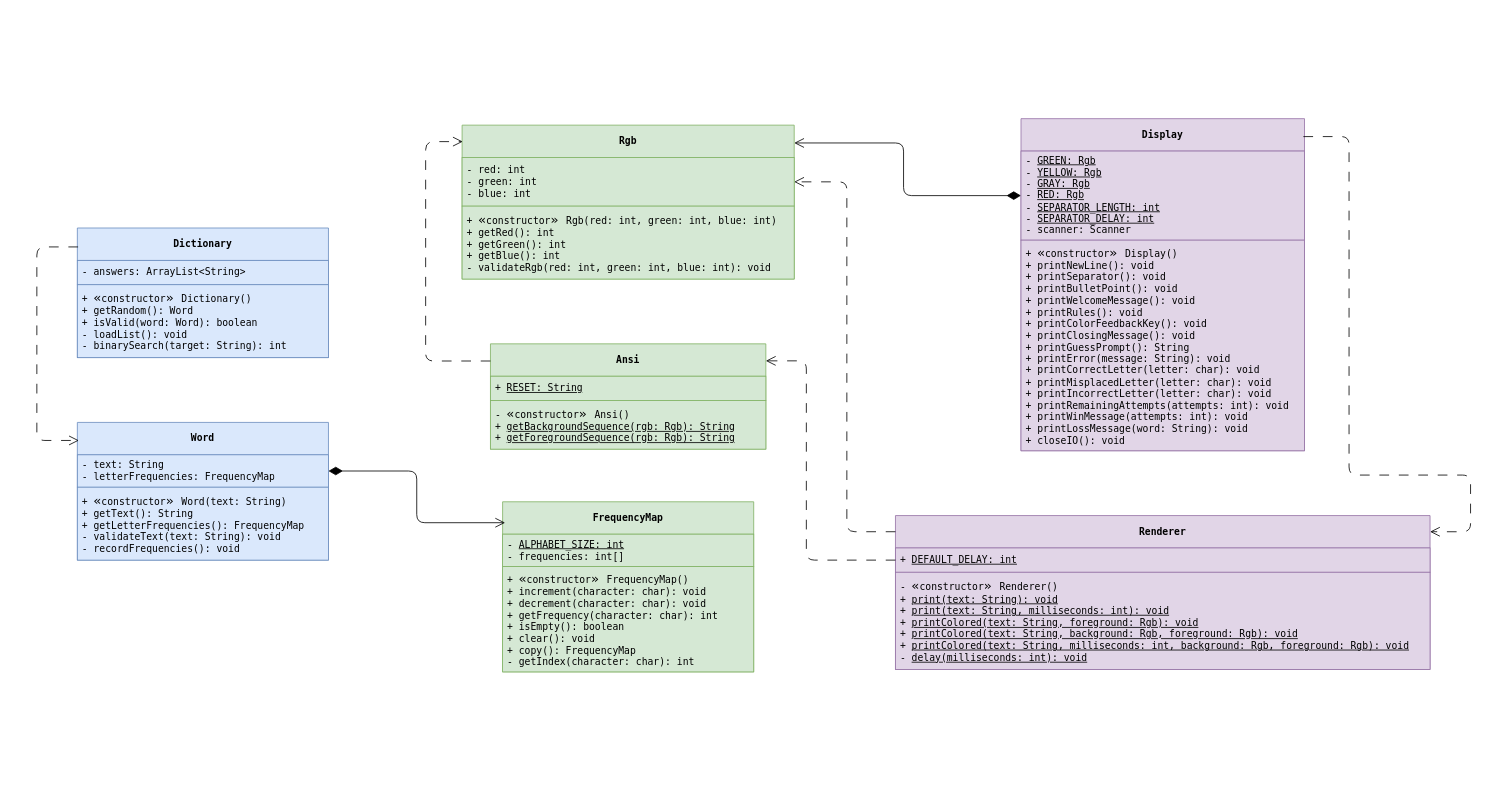
This is assets/class-diagram.drawio from actuallyhollow/basic-wordle-java, a draw.io file, before an edit. Source tidied: cells renumbered, new cells numbered last; positions are measured from the earlier drawing's top-left corner, leaving out a move shared by most shapes. Both pictures are drawn from the tidied source at 81%, with x=0, y=0 at pixel (36, 118).
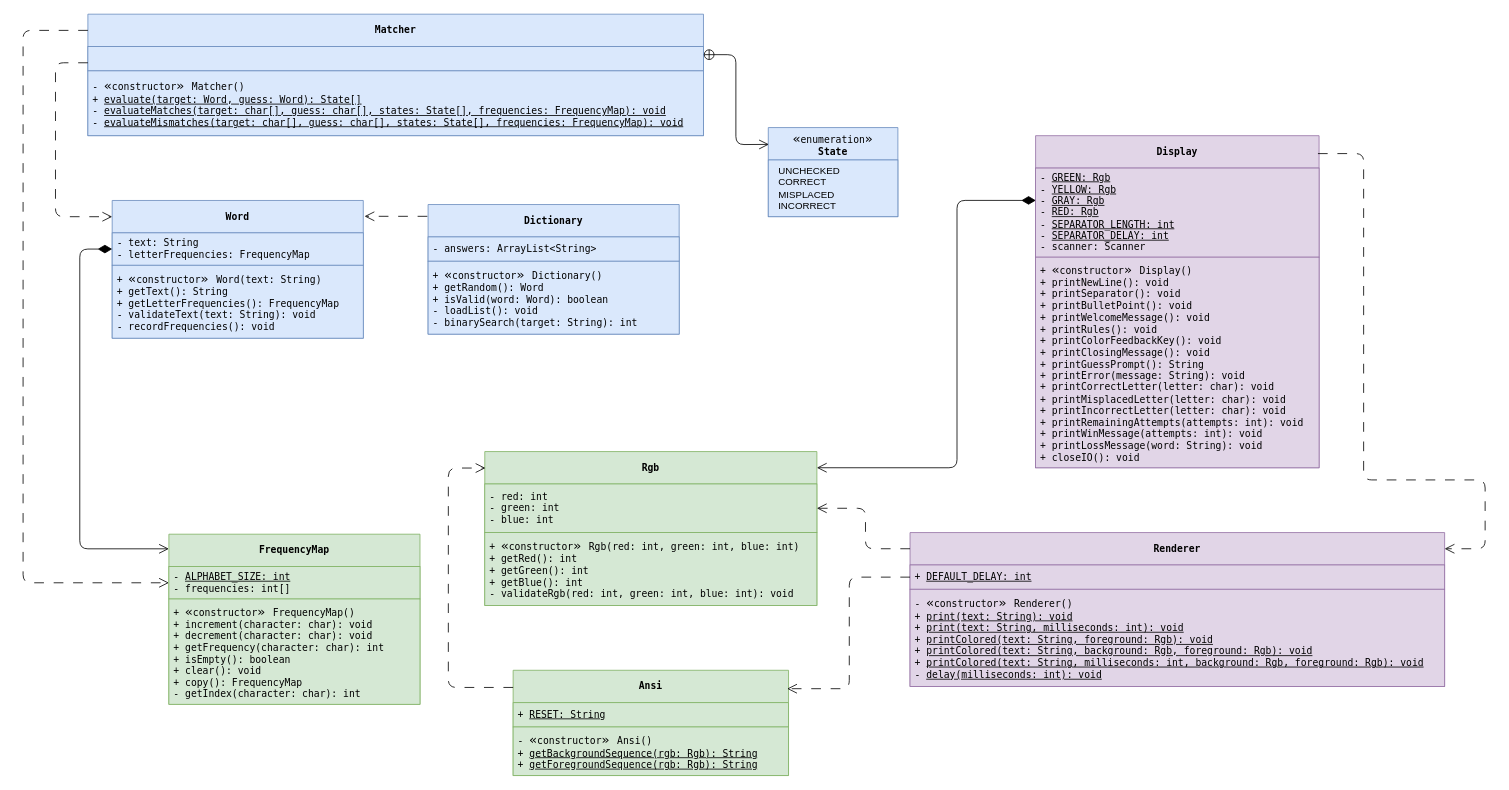
Above is the later version.

Commit message (it also covers changes not shown here):
docs(assets): update UML and tree for Matcher

* Update SVG file tree to include Matcher and its test suite.
* Expand UML class diagram to map stateless Matcher and its relations.
* Include Matcher's nested State enumeration following UML conventions.
* Export updated SVG visual assets to document recent additions.

Unchanged cells that the change refers to:
```xml
<mxCell id="3" value="&lt;div&gt;&lt;font face=&quot;Menlo, Monaco, 'Courier New', monospace&quot;&gt;- &lt;u&gt;ALPHABET_SIZE: int&lt;/u&gt;&lt;/font&gt;&lt;/div&gt;&lt;div&gt;&lt;font face=&quot;Menlo, Monaco, 'Courier New', monospace&quot;&gt;- frequencies: int[]&lt;/font&gt;&lt;/div&gt;" style="text;align=left;verticalAlign=middle;spacingLeft=4;spacingRight=4;overflow=hidden;points=[[0,0.5],[1,0.5]];portConstraint=eastwest;whiteSpace=wrap;html=1;fillColor=#d5e8d4;strokeColor=#82b366;" parent="2" vertex="1">
  <mxGeometry y="40" width="310" height="40" as="geometry" />
</mxCell>
<mxCell id="6" value="&lt;div&gt;&lt;font face=&quot;Menlo, Monaco, 'Courier New', monospace&quot;&gt;- text: String&lt;/font&gt;&lt;/div&gt;&lt;div&gt;&lt;font face=&quot;Menlo, Monaco, 'Courier New', monospace&quot;&gt;- letterFrequencies: FrequencyMap&lt;/font&gt;&lt;/div&gt;" style="text;align=left;verticalAlign=middle;spacingLeft=4;spacingRight=4;overflow=hidden;points=[[0,0.5],[1,0.5]];portConstraint=eastwest;whiteSpace=wrap;html=1;fillColor=#dae8fc;strokeColor=#6c8ebf;" parent="5" vertex="1">
  <mxGeometry y="40" width="310" height="40" as="geometry" />
</mxCell>
<mxCell id="13" value="&lt;div&gt;&lt;font face=&quot;Menlo, Monaco, 'Courier New', monospace&quot;&gt;- red: int&lt;/font&gt;&lt;/div&gt;&lt;div&gt;&lt;font face=&quot;Menlo, Monaco, 'Courier New', monospace&quot;&gt;- green: int&lt;/font&gt;&lt;/div&gt;&lt;div&gt;&lt;font face=&quot;Menlo, Monaco, 'Courier New', monospace&quot;&gt;- blue: int&lt;/font&gt;&lt;/div&gt;" style="text;align=left;verticalAlign=middle;spacingLeft=4;spacingRight=4;overflow=hidden;points=[[0,0.5],[1,0.5]];portConstraint=eastwest;whiteSpace=wrap;html=1;fillColor=#d5e8d4;strokeColor=#82b366;" parent="12" vertex="1">
  <mxGeometry y="40" width="410" height="60" as="geometry" />
</mxCell>
<mxCell id="19" value="&lt;div&gt;&lt;font face=&quot;Menlo, Monaco, 'Courier New', monospace&quot;&gt;+&amp;nbsp;&lt;u&gt;DEFAULT_DELAY: int&lt;/u&gt;&lt;/font&gt;&lt;/div&gt;" style="text;align=left;verticalAlign=middle;spacingLeft=4;spacingRight=4;overflow=hidden;points=[[0,0.5],[1,0.5]];portConstraint=eastwest;whiteSpace=wrap;html=1;fillColor=#e1d5e7;strokeColor=#9673a6;" parent="18" vertex="1">
  <mxGeometry y="40" width="660" height="30" as="geometry" />
</mxCell>
<mxCell id="22" value="&lt;div&gt;&lt;font face=&quot;Menlo, Monaco, 'Courier New', monospace&quot;&gt;-&amp;nbsp;&lt;u&gt;GREEN: Rgb&lt;/u&gt;&lt;/font&gt;&lt;/div&gt;&lt;div&gt;&lt;span style=&quot;font-family: Menlo, Monaco, &amp;quot;Courier New&amp;quot;, monospace;&quot;&gt;-&amp;nbsp;&lt;/span&gt;&lt;u style=&quot;scrollbar-color: rgb(75, 75, 75) rgb(27, 29, 30); font-family: Menlo, Monaco, &amp;quot;Courier New&amp;quot;, monospace;&quot;&gt;YELLOW: Rgb&lt;/u&gt;&lt;font face=&quot;Menlo, Monaco, 'Courier New', monospace&quot;&gt;&lt;u&gt;&lt;/u&gt;&lt;/font&gt;&lt;/div&gt;&lt;div&gt;&lt;span style=&quot;scrollbar-color: rgb(75, 75, 75) rgb(27, 29, 30); font-family: Menlo, Monaco, &amp;quot;Courier New&amp;quot;, monospace;&quot;&gt;-&amp;nbsp;&lt;u style=&quot;text-decoration-line: underline; scrollbar-color: rgb(75, 75, 75) rgb(27, 29, 30);&quot;&gt;GRAY: Rgb&lt;/u&gt;&lt;/span&gt;&lt;/div&gt;&lt;div&gt;&lt;span style=&quot;scrollbar-color: rgb(75, 75, 75) rgb(27, 29, 30); font-family: Menlo, Monaco, &amp;quot;Courier New&amp;quot;, monospace;&quot;&gt;&lt;span style=&quot;scrollbar-color: rgb(75, 75, 75) rgb(27, 29, 30);&quot;&gt;-&amp;nbsp;&lt;u style=&quot;text-decoration-line: underline; scrollbar-color: rgb(75, 75, 75) rgb(27, 29, 30);&quot;&gt;RED: Rgb&lt;/u&gt;&lt;/span&gt;&lt;/span&gt;&lt;/div&gt;&lt;div&gt;&lt;div style=&quot;scrollbar-color: rgb(75, 75, 75) rgb(27, 29, 30);&quot;&gt;&lt;span style=&quot;scrollbar-color: rgb(75, 75, 75) rgb(27, 29, 30); font-family: Menlo, Monaco, &amp;quot;Courier New&amp;quot;, monospace;&quot;&gt;&lt;span style=&quot;scrollbar-color: rgb(75, 75, 75) rgb(27, 29, 30);&quot;&gt;-&amp;nbsp;&lt;u style=&quot;scrollbar-color: rgb(75, 75, 75) rgb(27, 29, 30);&quot;&gt;SEPARATOR_LENGTH: int&lt;/u&gt;&lt;/span&gt;&lt;/span&gt;&lt;/div&gt;&lt;div style=&quot;scrollbar-color: rgb(75, 75, 75) rgb(27, 29, 30);&quot;&gt;&lt;div style=&quot;scrollbar-color: rgb(75, 75, 75) rgb(27, 29, 30);&quot;&gt;&lt;span style=&quot;scrollbar-color: rgb(75, 75, 75) rgb(27, 29, 30); font-family: Menlo, Monaco, &amp;quot;Courier New&amp;quot;, monospace;&quot;&gt;&lt;span style=&quot;scrollbar-color: rgb(75, 75, 75) rgb(27, 29, 30);&quot;&gt;-&amp;nbsp;&lt;u style=&quot;scrollbar-color: rgb(75, 75, 75) rgb(27, 29, 30);&quot;&gt;SEPARATOR_DELAY: int&lt;/u&gt;&lt;/span&gt;&lt;/span&gt;&lt;/div&gt;&lt;div style=&quot;scrollbar-color: rgb(75, 75, 75) rgb(27, 29, 30);&quot;&gt;&lt;span style=&quot;scrollbar-color: rgb(75, 75, 75) rgb(27, 29, 30); font-family: Menlo, Monaco, &amp;quot;Courier New&amp;quot;, monospace;&quot;&gt;&lt;span style=&quot;scrollbar-color: rgb(75, 75, 75) rgb(27, 29, 30);&quot;&gt;&lt;span style=&quot;scrollbar-color: rgb(75, 75, 75) rgb(27, 29, 30);&quot;&gt;- scanner: Scanner&lt;/span&gt;&lt;/span&gt;&lt;/span&gt;&lt;/div&gt;&lt;/div&gt;&lt;/div&gt;" style="text;align=left;verticalAlign=middle;spacingLeft=4;spacingRight=4;overflow=hidden;points=[[0,0.5],[1,0.5]];portConstraint=eastwest;whiteSpace=wrap;html=1;fillColor=#e1d5e7;strokeColor=#9673a6;fontColor=light-dark(#000000,#FFFFFF);" parent="21" vertex="1">
  <mxGeometry y="40" width="350" height="110" as="geometry" />
</mxCell>
```

The edit, as a diff of the source:
```diff
@@
     <mxCell id="2" value="&lt;div&gt;&lt;span style=&quot;background-color: transparent;&quot;&gt;&lt;font style=&quot;&quot; face=&quot;Menlo, Monaco, 'Courier New', monospace&quot;&gt;FrequencyMap&lt;/font&gt;&lt;/span&gt;&lt;/div&gt;" style="swimlane;fontStyle=1;align=center;verticalAlign=middle;horizontal=1;startSize=40;whiteSpace=wrap;html=1;fillColor=#d5e8d4;strokeColor=#82b366;fontColor=light-dark(#000000,#FFFFFF);" parent="1" vertex="1">
-      <mxGeometry x="575" y="473" width="310" height="210" as="geometry" />
+      <mxGeometry x="163" y="513" width="310" height="210" as="geometry" />
     </mxCell>
@@
     <mxCell id="5" value="&lt;div&gt;&lt;span style=&quot;background-color: transparent;&quot;&gt;&lt;font style=&quot;&quot; face=&quot;Menlo, Monaco, 'Courier New', monospace&quot;&gt;Word&lt;/font&gt;&lt;/span&gt;&lt;/div&gt;" style="swimlane;fontStyle=1;align=center;verticalAlign=middle;horizontal=1;startSize=40;whiteSpace=wrap;html=1;fillColor=#dae8fc;strokeColor=#6c8ebf;" parent="1" vertex="1">
-      <mxGeometry x="50" y="375" width="310" height="170" as="geometry" />
+      <mxGeometry x="93" y="101" width="310" height="170" as="geometry" />
     </mxCell>
@@
-    <mxCell id="8" style="endArrow=open;html=1;endSize=10;startArrow=diamondThin;startSize=15;startFill=1;edgeStyle=elbowEdgeStyle;align=left;verticalAlign=bottom;exitX=1;exitY=0.5;exitDx=0;exitDy=0;entryX=0.01;entryY=0.123;entryDx=0;entryDy=0;entryPerimeter=0;" parent="1" edge="1" source="6" target="2">
-      <mxGeometry x="-1" y="3" relative="1" as="geometry" />
+    <mxCell id="8" style="endArrow=open;html=1;endSize=10;startArrow=diamondThin;startSize=15;startFill=1;align=left;verticalAlign=bottom;exitX=0;exitY=0.5;exitDx=0;exitDy=0;entryX=0;entryY=0.086;entryDx=0;entryDy=0;entryPerimeter=0;edgeStyle=elbowEdgeStyle;" parent="1" edge="1" source="6" target="2">
+      <mxGeometry x="-1" y="3" relative="1" as="geometry">
+        <Array as="points">
+          <mxPoint x="53" y="341" />
+        </Array>
+      </mxGeometry>
     </mxCell>
     <mxCell id="9" value="&lt;div&gt;&lt;span style=&quot;background-color: transparent;&quot;&gt;&lt;font style=&quot;&quot; face=&quot;Menlo, Monaco, 'Courier New', monospace&quot;&gt;Dictionary&lt;/font&gt;&lt;/span&gt;&lt;/div&gt;" style="swimlane;fontStyle=1;align=center;verticalAlign=middle;horizontal=1;startSize=40;whiteSpace=wrap;html=1;fillColor=#dae8fc;strokeColor=#6c8ebf;" parent="1" vertex="1">
-      <mxGeometry x="50" y="135" width="310" height="160" as="geometry" />
+      <mxGeometry x="483" y="106" width="310" height="160" as="geometry" />
     </mxCell>
@@
     <mxCell id="12" value="&lt;div&gt;&lt;span style=&quot;background-color: transparent;&quot;&gt;&lt;font face=&quot;Menlo, Monaco, 'Courier New', monospace&quot; style=&quot;&quot;&gt;Rgb&lt;/font&gt;&lt;/span&gt;&lt;/div&gt;" style="swimlane;fontStyle=1;align=center;verticalAlign=middle;horizontal=1;startSize=40;whiteSpace=wrap;html=1;fillColor=#d5e8d4;strokeColor=#82b366;fontColor=light-dark(#000000,#FFFFFF);" parent="1" vertex="1">
-      <mxGeometry x="525" y="8" width="410" height="190" as="geometry" />
+      <mxGeometry x="553" y="411" width="410" height="190" as="geometry" />
     </mxCell>
@@
     <mxCell id="15" value="&lt;div&gt;&lt;span style=&quot;background-color: transparent;&quot;&gt;&lt;font style=&quot;&quot; face=&quot;Menlo, Monaco, 'Courier New', monospace&quot;&gt;Ansi&lt;/font&gt;&lt;/span&gt;&lt;/div&gt;" style="swimlane;fontStyle=1;align=center;verticalAlign=middle;horizontal=1;startSize=40;whiteSpace=wrap;html=1;fillColor=#d5e8d4;strokeColor=#82b366;fontColor=light-dark(#000000,#FFFFFF);" parent="1" vertex="1">
-      <mxGeometry x="560" y="278" width="340" height="130" as="geometry" />
+      <mxGeometry x="588" y="681" width="340" height="130" as="geometry" />
     </mxCell>
@@
     <mxCell id="18" value="&lt;div&gt;&lt;span style=&quot;background-color: transparent;&quot;&gt;&lt;font style=&quot;&quot; face=&quot;Menlo, Monaco, 'Courier New', monospace&quot;&gt;Renderer&lt;/font&gt;&lt;/span&gt;&lt;/div&gt;" style="swimlane;fontStyle=1;align=center;verticalAlign=middle;horizontal=1;startSize=40;whiteSpace=wrap;html=1;fillColor=#e1d5e7;strokeColor=#9673a6;" parent="1" vertex="1">
-      <mxGeometry x="1060" y="490" width="660" height="190" as="geometry" />
+      <mxGeometry x="1078" y="511" width="660" height="190" as="geometry" />
     </mxCell>
@@
     <mxCell id="21" value="&lt;div&gt;&lt;span style=&quot;background-color: transparent;&quot;&gt;&lt;font face=&quot;Menlo, Monaco, 'Courier New', monospace&quot; style=&quot;&quot;&gt;Display&lt;/font&gt;&lt;/span&gt;&lt;/div&gt;" style="swimlane;fontStyle=1;align=center;verticalAlign=middle;horizontal=1;startSize=40;whiteSpace=wrap;html=1;fillColor=#e1d5e7;strokeColor=#9673a6;fontColor=light-dark(#000000,#FFFFFF);" parent="1" vertex="1">
-      <mxGeometry x="1215" width="350" height="410" as="geometry" />
+      <mxGeometry x="1233" y="21" width="350" height="410" as="geometry" />
     </mxCell>
@@
-    <mxCell id="24" style="endArrow=open;html=1;endSize=10;startArrow=diamondThin;startSize=15;startFill=1;edgeStyle=orthogonalEdgeStyle;align=left;verticalAlign=bottom;exitX=0;exitY=0.5;exitDx=0;exitDy=0;" parent="1" edge="1" source="22" target="12">
+    <mxCell id="24" style="endArrow=open;html=1;endSize=10;startArrow=diamondThin;startSize=15;startFill=1;edgeStyle=orthogonalEdgeStyle;align=left;verticalAlign=bottom;entryX=1;entryY=0.105;entryDx=0;entryDy=0;entryPerimeter=0;exitX=0.001;exitY=0.363;exitDx=0;exitDy=0;exitPerimeter=0;" parent="1" edge="1" source="22" target="12">
       <mxGeometry x="-1" y="3" relative="1" as="geometry">
         <Array as="points">
-          <mxPoint x="1070" y="95" />
-          <mxPoint x="1070" y="30" />
+          <mxPoint x="1136" y="101" />
+          <mxPoint x="1136" y="431" />
         </Array>
       </mxGeometry>
     </mxCell>
-    <mxCell id="25" style="endArrow=open;html=1;endSize=10;startArrow=none;startSize=15;startFill=0;align=left;verticalAlign=bottom;exitX=0.003;exitY=0.146;exitDx=0;exitDy=0;edgeStyle=elbowEdgeStyle;dashed=1;dashPattern=12 12;entryX=0.006;entryY=0.131;entryDx=0;entryDy=0;entryPerimeter=0;exitPerimeter=0;" parent="1" edge="1" source="9" target="5">
-      <mxGeometry x="-1" y="3" relative="1" as="geometry">
-        <Array as="points">
-          <mxPoint y="280" />
-        </Array>
-      </mxGeometry>
+    <mxCell id="25" style="endArrow=open;html=1;endSize=10;startArrow=none;startSize=15;startFill=0;align=left;verticalAlign=bottom;dashed=1;dashPattern=12 12;entryX=1.005;entryY=0.115;entryDx=0;entryDy=0;entryPerimeter=0;exitX=-0.003;exitY=0.091;exitDx=0;exitDy=0;exitPerimeter=0;" parent="1" edge="1" source="9" target="5">
+      <mxGeometry x="-1" y="3" relative="1" as="geometry" />
     </mxCell>
     <mxCell id="26" style="endArrow=open;html=1;endSize=10;startArrow=none;startSize=15;startFill=0;align=left;verticalAlign=bottom;edgeStyle=elbowEdgeStyle;dashed=1;dashPattern=12 12;exitX=0;exitY=0.163;exitDx=0;exitDy=0;exitPerimeter=0;entryX=0.002;entryY=0.107;entryDx=0;entryDy=0;entryPerimeter=0;" parent="1" edge="1" source="15" target="12">
       <mxGeometry x="-1" y="3" relative="1" as="geometry">
         <Array as="points">
-          <mxPoint x="480" y="220" />
+          <mxPoint x="508" y="623" />
         </Array>
       </mxGeometry>
     </mxCell>
-    <mxCell id="27" style="endArrow=open;html=1;endSize=10;startArrow=none;startSize=15;startFill=0;align=left;verticalAlign=bottom;edgeStyle=elbowEdgeStyle;dashed=1;dashPattern=12 12;entryX=1;entryY=0.5;entryDx=0;entryDy=0;exitX=0;exitY=0.105;exitDx=0;exitDy=0;exitPerimeter=0;" parent="1" edge="1" source="18" target="13">
+    <mxCell id="27" style="endArrow=open;html=1;endSize=10;startArrow=none;startSize=15;startFill=0;align=left;verticalAlign=bottom;edgeStyle=elbowEdgeStyle;dashed=1;dashPattern=12 12;exitX=0;exitY=0.105;exitDx=0;exitDy=0;exitPerimeter=0;entryX=1;entryY=0.5;entryDx=0;entryDy=0;" parent="1" edge="1" source="18" target="13">
       <mxGeometry x="-1" y="3" relative="1" as="geometry">
         <Array as="points">
-          <mxPoint x="1000" y="290" />
+          <mxPoint x="1023" y="551" />
         </Array>
       </mxGeometry>
     </mxCell>
-    <mxCell id="28" style="endArrow=open;html=1;endSize=10;startArrow=none;startSize=15;startFill=0;align=left;verticalAlign=bottom;exitX=0;exitY=0.5;exitDx=0;exitDy=0;edgeStyle=elbowEdgeStyle;dashed=1;dashPattern=12 12;" parent="1" edge="1" source="19">
+    <mxCell id="28" style="endArrow=open;html=1;endSize=10;startArrow=none;startSize=15;startFill=0;align=left;verticalAlign=bottom;exitX=0;exitY=0.5;exitDx=0;exitDy=0;edgeStyle=elbowEdgeStyle;dashed=1;dashPattern=12 12;entryX=0.995;entryY=0.175;entryDx=0;entryDy=0;entryPerimeter=0;" parent="1" edge="1" source="19" target="15">
       <mxGeometry x="-1" y="3" relative="1" as="geometry">
-        <mxPoint x="900" y="299" as="targetPoint" />
         <Array as="points">
-          <mxPoint x="950" y="420" />
+          <mxPoint x="1003" y="681" />
         </Array>
       </mxGeometry>
     </mxCell>
     <mxCell id="29" style="endArrow=open;html=1;endSize=10;startArrow=none;startSize=15;startFill=0;align=left;verticalAlign=bottom;edgeStyle=orthogonalEdgeStyle;dashed=1;dashPattern=12 12;exitX=0.996;exitY=0.054;exitDx=0;exitDy=0;exitPerimeter=0;entryX=1;entryY=0.105;entryDx=0;entryDy=0;entryPerimeter=0;" parent="1" edge="1" source="21" target="18">
       <mxGeometry x="-1" y="3" relative="1" as="geometry">
         <Array as="points">
-          <mxPoint x="1620" y="22" />
-          <mxPoint x="1620" y="440" />
-          <mxPoint x="1770" y="440" />
-          <mxPoint x="1770" y="510" />
+          <mxPoint x="1638" y="43" />
+          <mxPoint x="1638" y="446" />
+          <mxPoint x="1788" y="446" />
+          <mxPoint x="1788" y="531" />
         </Array>
       </mxGeometry>
     </mxCell>
+    <mxCell id="30" value="&lt;div&gt;&lt;span style=&quot;background-color: transparent;&quot;&gt;&lt;font face=&quot;Menlo, Monaco, 'Courier New', monospace&quot; style=&quot;&quot;&gt;Matcher&lt;/font&gt;&lt;/span&gt;&lt;/div&gt;" style="swimlane;fontStyle=1;align=center;verticalAlign=middle;horizontal=1;startSize=40;whiteSpace=wrap;html=1;fillColor=#dae8fc;strokeColor=#6c8ebf;fontColor=default;" parent="1" vertex="1">
+      <mxGeometry x="63" y="-129" width="760" height="150" as="geometry" />
+    </mxCell>
+    <mxCell id="31" value="&lt;div style=&quot;scrollbar-color: rgb(75, 75, 75) rgb(27, 29, 30); font-family: Menlo, Monaco, &amp;quot;'Courier New'&amp;quot;, &amp;quot;monospace&amp;quot;;&quot;&gt;&lt;br&gt;&lt;/div&gt;" style="text;align=left;verticalAlign=middle;spacingLeft=4;spacingRight=4;overflow=hidden;points=[[0,0.5],[1,0.5]];portConstraint=eastwest;whiteSpace=wrap;html=1;fillColor=#dae8fc;strokeColor=#6c8ebf;fontColor=default;" parent="30" vertex="1">
+      <mxGeometry y="40" width="760" height="30" as="geometry" />
+    </mxCell>
+    <mxCell id="32" value="&lt;div&gt;-&amp;nbsp;&lt;span style=&quot;background-color: transparent; scrollbar-color: rgb(75, 75, 75) rgb(27, 29, 30); font-size: medium; caret-color: rgb(0, 0, 0);&quot;&gt;«&lt;/span&gt;&lt;span style=&quot;background-color: transparent; scrollbar-color: rgb(75, 75, 75) rgb(27, 29, 30); text-align: center;&quot;&gt;constructor&lt;/span&gt;&lt;span style=&quot;background-color: transparent; scrollbar-color: rgb(75, 75, 75) rgb(27, 29, 30); font-size: medium; caret-color: rgb(0, 0, 0);&quot;&gt;&lt;font face=&quot;Menlo, Monaco, 'Courier New', monospace&quot;&gt;»&amp;nbsp;&lt;/font&gt;&lt;/span&gt;&lt;span style=&quot;background-color: transparent;&quot;&gt;Matcher()&lt;/span&gt;&lt;/div&gt;&lt;div&gt;&lt;span style=&quot;background-color: transparent;&quot;&gt;+ &lt;u&gt;evaluate(target: Word, guess: Word): State[]&lt;/u&gt;&lt;/span&gt;&lt;/div&gt;&lt;div&gt;&lt;span style=&quot;background-color: transparent;&quot;&gt;- &lt;u&gt;evaluateMatches(target: char[], guess: char[], states: State[], frequencies: FrequencyMap): void&lt;/u&gt;&lt;/span&gt;&lt;/div&gt;&lt;div&gt;&lt;div style=&quot;scrollbar-color: rgb(75, 75, 75) rgb(27, 29, 30);&quot;&gt;&lt;span style=&quot;scrollbar-color: rgb(75, 75, 75) rgb(27, 29, 30); background-color: transparent;&quot;&gt;- &lt;u&gt;evaluateMismatches(target: char[], guess: char[], states: State[], frequencies: FrequencyMap): void&lt;/u&gt;&lt;/span&gt;&lt;/div&gt;&lt;/div&gt;" style="text;align=left;verticalAlign=middle;spacingLeft=4;spacingRight=4;overflow=hidden;whiteSpace=wrap;html=1;fontFamily=Menlo, Monaco, 'Courier New', monospace;fillColor=#dae8fc;strokeColor=#6c8ebf;fontColor=default;" parent="30" vertex="1">
+      <mxGeometry y="70" width="760" height="80" as="geometry" />
+    </mxCell>
+    <mxCell id="33" value="&lt;div&gt;&lt;font style=&quot;color: light-dark(rgb(0, 0, 0), rgb(255, 255, 255));&quot;&gt;&lt;span style=&quot;background-color: transparent; scrollbar-color: rgb(75, 75, 75) rgb(27, 29, 30); font-family: Menlo, Monaco, &amp;quot;'Courier New'&amp;quot;, &amp;quot;monospace&amp;quot;; font-weight: 400; text-align: left; font-size: medium; caret-color: rgb(0, 0, 0);&quot;&gt;«&lt;/span&gt;&lt;span style=&quot;background-color: transparent; scrollbar-color: rgb(75, 75, 75) rgb(27, 29, 30); font-family: Menlo, Monaco, &amp;quot;'Courier New'&amp;quot;, &amp;quot;monospace&amp;quot;; font-weight: 400;&quot;&gt;enumeration&lt;/span&gt;&lt;span style=&quot;background-color: transparent; scrollbar-color: rgb(75, 75, 75) rgb(27, 29, 30); font-family: Menlo, Monaco, &amp;quot;'Courier New'&amp;quot;, &amp;quot;monospace&amp;quot;; font-weight: 400; text-align: left; font-size: medium; caret-color: rgb(0, 0, 0);&quot;&gt;&lt;font style=&quot;scrollbar-color: rgb(75, 75, 75) rgb(27, 29, 30);&quot; face=&quot;Menlo, Monaco, 'Courier New', monospace&quot;&gt;»&lt;/font&gt;&lt;/span&gt;&lt;/font&gt;&lt;/div&gt;&lt;div&gt;&lt;span style=&quot;background-color: transparent; font-family: Menlo, Monaco, &amp;quot;Courier New&amp;quot;, monospace;&quot;&gt;State&lt;/span&gt;&lt;/div&gt;" style="swimlane;fontStyle=1;align=center;verticalAlign=middle;horizontal=1;startSize=40;whiteSpace=wrap;html=1;fillColor=#dae8fc;strokeColor=#6c8ebf;" parent="1" vertex="1">
+      <mxGeometry x="903" y="11" width="160" height="110" as="geometry" />
+    </mxCell>
+    <mxCell id="34" value="&lt;div&gt;&amp;nbsp; UNCHECKED&lt;/div&gt;&lt;div&gt;&amp;nbsp; CORRECT&lt;/div&gt;&lt;div&gt;&amp;nbsp; MISPLACED&lt;/div&gt;&lt;div&gt;&amp;nbsp; INCORRECT&lt;/div&gt;" style="text;align=left;verticalAlign=middle;spacingLeft=4;spacingRight=4;overflow=hidden;whiteSpace=wrap;html=1;fillColor=#dae8fc;strokeColor=#6c8ebf;" parent="33" vertex="1">
+      <mxGeometry y="40" width="160" height="70" as="geometry" />
+    </mxCell>
+    <mxCell id="35" style="edgeStyle=none;html=1;exitX=1;exitY=0.5;exitDx=0;exitDy=0;" parent="33" edge="1">
+      <mxGeometry relative="1" as="geometry">
+        <mxPoint x="160" y="-50" as="sourcePoint" />
+        <mxPoint x="160" y="-50" as="targetPoint" />
+      </mxGeometry>
+    </mxCell>
+    <mxCell id="36" style="endArrow=open;html=1;endSize=10;startArrow=none;startSize=15;startFill=0;align=left;verticalAlign=bottom;dashed=1;dashPattern=12 12;exitX=-0.003;exitY=0.091;exitDx=0;exitDy=0;exitPerimeter=0;entryX=0;entryY=0.5;entryDx=0;entryDy=0;" parent="1" edge="1" target="3">
+      <mxGeometry x="-1" y="3" relative="1" as="geometry">
+        <mxPoint x="63" y="-109" as="sourcePoint" />
+        <Array as="points">
+          <mxPoint x="-17" y="-109" />
+          <mxPoint x="-17" y="573" />
+        </Array>
+      </mxGeometry>
+    </mxCell>
+    <mxCell id="37" style="endArrow=open;html=1;endSize=10;startArrow=none;startSize=15;startFill=0;align=left;verticalAlign=bottom;dashed=1;dashPattern=12 12;exitX=-0.003;exitY=0.091;exitDx=0;exitDy=0;exitPerimeter=0;entryX=0;entryY=0.118;entryDx=0;entryDy=0;entryPerimeter=0;" parent="1" edge="1" target="5">
+      <mxGeometry x="-1" y="3" relative="1" as="geometry">
+        <mxPoint x="63" y="-69" as="sourcePoint" />
+        <Array as="points">
+          <mxPoint x="23" y="-69" />
+          <mxPoint x="23" y="121" />
+        </Array>
+      </mxGeometry>
+    </mxCell>
+    <mxCell id="38" style="endArrow=open;html=1;endSize=10;startArrow=circlePlus;startSize=5;startFill=0;align=left;verticalAlign=bottom;exitX=1;exitY=0.333;exitDx=0;exitDy=0;exitPerimeter=0;entryX=0.005;entryY=0.189;entryDx=0;entryDy=0;entryPerimeter=0;" parent="1" edge="1" source="31" target="33">
+      <mxGeometry x="-1" y="3" relative="1" as="geometry">
+        <Array as="points">
+          <mxPoint x="863" y="-79" />
+          <mxPoint x="863" y="32" />
+        </Array>
+      </mxGeometry>
+    </mxCell>
```
